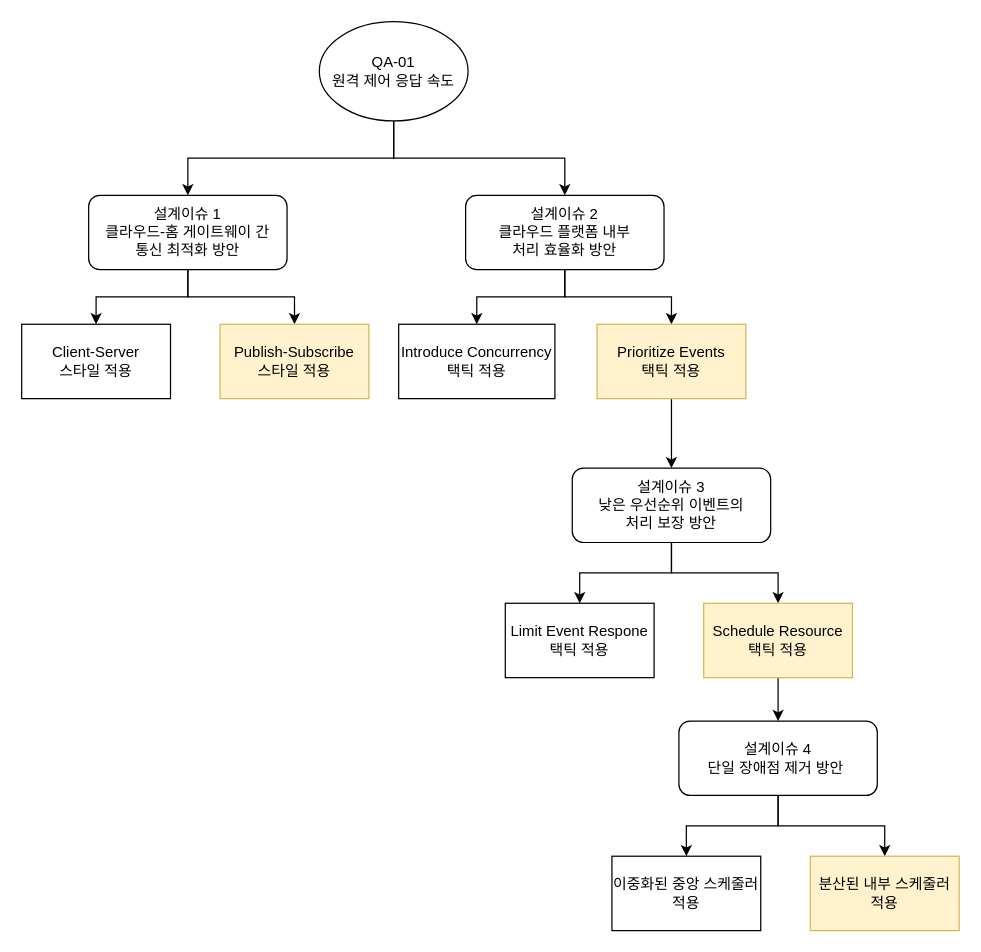
The draw.io diagram page "DD-01" (1 of 4) of QualityDrivenArchitecturalDesign.drawio in GeniusHoon/AssociateArchitect, before the edit. Source tidied: cells renumbered, new cells numbered last; positions are measured from the earlier drawing's top-left corner, leaving out a move shared by most shapes. Both pictures are drawn from the tidied source at 124%, with x=0, y=0 at pixel (21, 21).
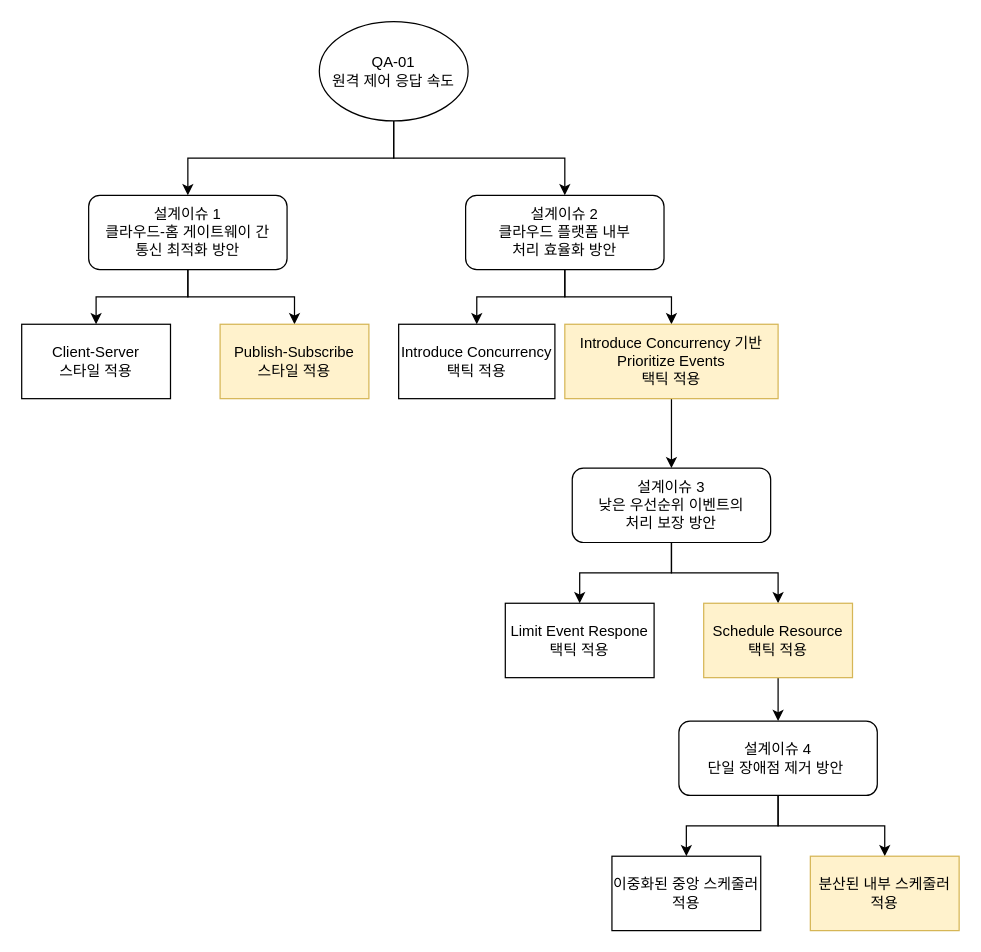
Above is the later version.

What changed in the source:
```diff
@@
-    <mxCell id="15" value="Prioritize Events&lt;div&gt;택틱 적용&lt;/div&gt;" style="rounded=0;whiteSpace=wrap;html=1;fillColor=#fff2cc;strokeColor=#d6b656;" parent="1" vertex="1">
-      <mxGeometry x="464" y="244" width="120" height="60" as="geometry" />
+    <mxCell id="15" value="&lt;div&gt;Introduce Concurrency 기반&lt;/div&gt;Prioritize Events&lt;div&gt;택틱 적용&lt;/div&gt;" style="rounded=0;whiteSpace=wrap;html=1;fillColor=#fff2cc;strokeColor=#d6b656;" parent="1" vertex="1">
+      <mxGeometry x="438" y="244" width="172" height="60" as="geometry" />
     </mxCell>
```
